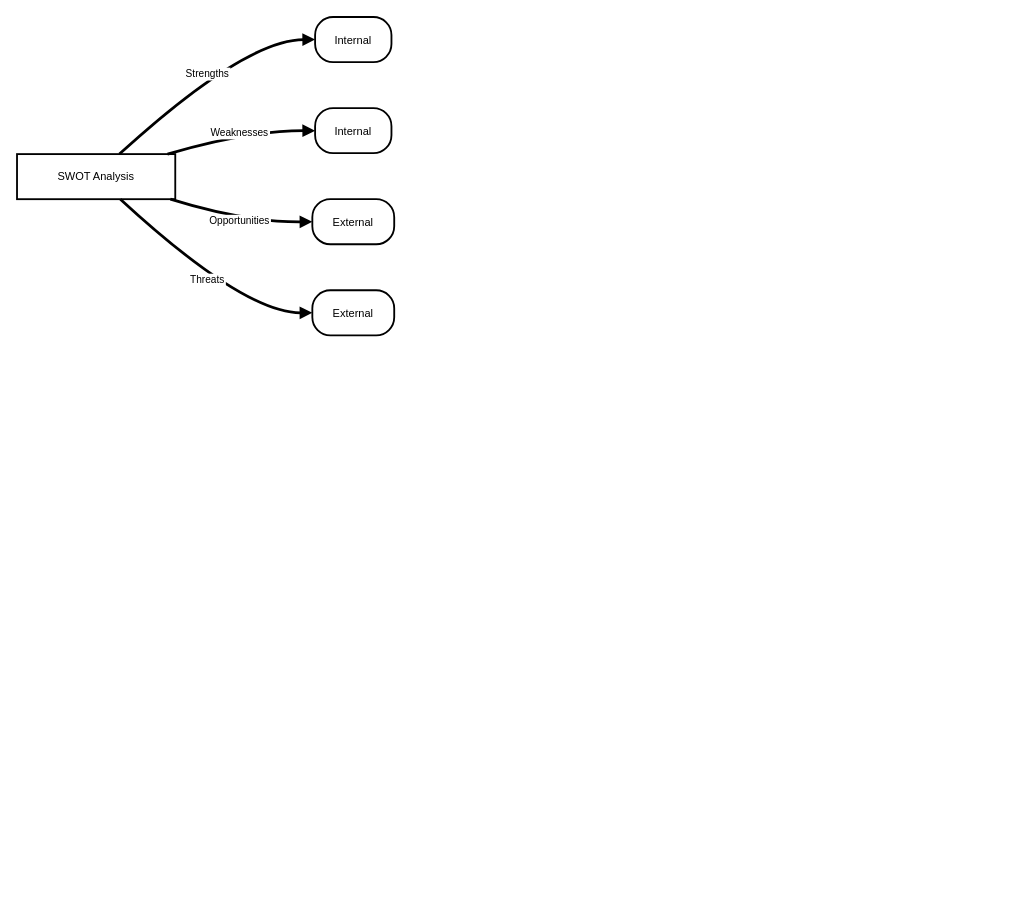
Earlier version of the draw.io diagram Untitled Diagram.drawio (jindra12/agoraland). Source tidied: cells renumbered, new cells numbered last; positions are measured from the earlier drawing's top-left corner, leaving out a move shared by most shapes. Both pictures are drawn from the tidied source at 92%, with x=0, y=0 at pixel (17, 17).
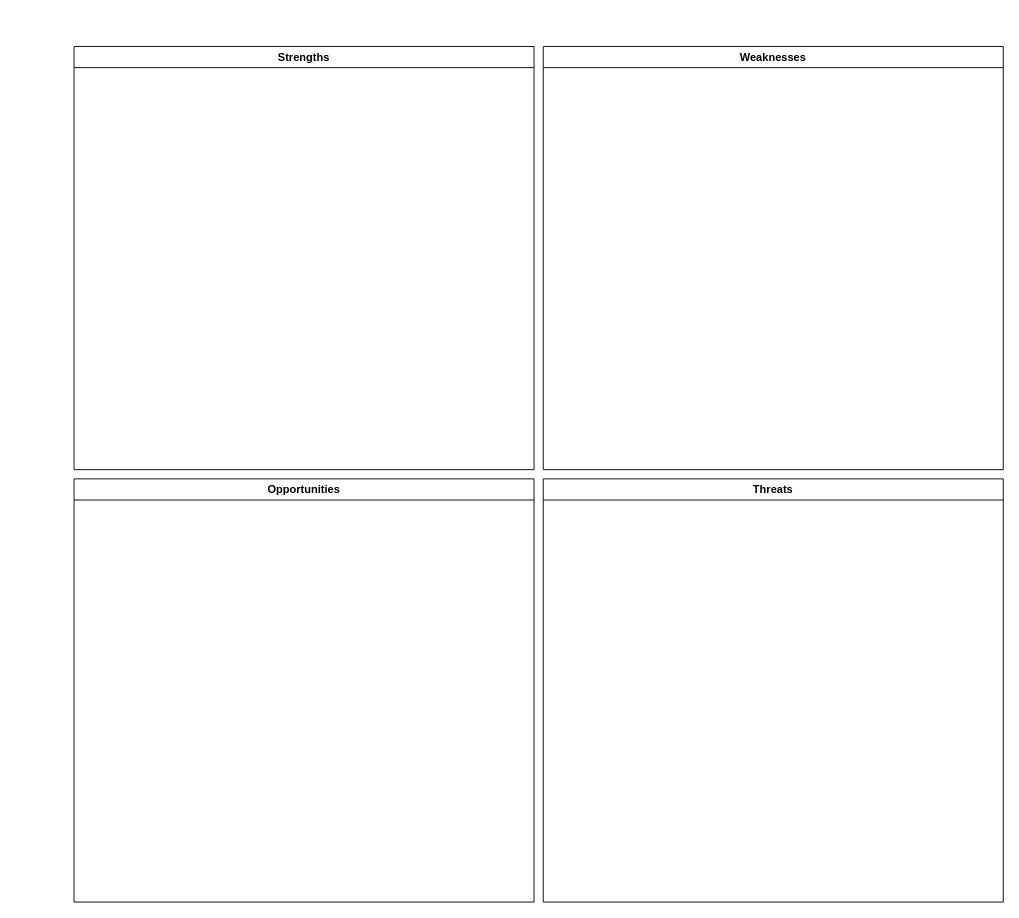
The same page after the edit.

Commit message:
Add simple SWOT template.drawio

What changed in the source:
```diff
@@
 <mxGraphModel>
   <root>
     <mxCell id="0" />
     <mxCell id="1" parent="0" />
-    <mxCell id="2" value="SWOT Analysis" style="whiteSpace=wrap;strokeWidth=2;" parent="1" vertex="1">
-      <mxGeometry y="149" width="172" height="49" as="geometry" />
-    </mxCell>
-    <mxCell id="3" value="Internal" style="rounded=1;arcSize=40;strokeWidth=2;" parent="1" vertex="1">
-      <mxGeometry x="324" width="83" height="49" as="geometry" />
-    </mxCell>
-    <mxCell id="4" value="Internal" style="rounded=1;arcSize=40;strokeWidth=2;" parent="1" vertex="1">
-      <mxGeometry x="324" y="99" width="83" height="49" as="geometry" />
-    </mxCell>
-    <mxCell id="5" value="External" style="rounded=1;arcSize=40;strokeWidth=2;" parent="1" vertex="1">
-      <mxGeometry x="321" y="198" width="89" height="49" as="geometry" />
-    </mxCell>
-    <mxCell id="6" value="External" style="rounded=1;arcSize=40;strokeWidth=2;" parent="1" vertex="1">
-      <mxGeometry x="321" y="297" width="89" height="49" as="geometry" />
-    </mxCell>
-    <mxCell id="7" value="Strengths" style="curved=1;startArrow=none;endArrow=block;strokeWidth=3;exitX=0.65;exitY=-0.01;entryX=0;entryY=0.5;" parent="1" edge="1" source="2" target="3">
-      <mxGeometry relative="1" as="geometry">
-        <Array as="points">
-          <mxPoint x="247" y="25" />
-        </Array>
-      </mxGeometry>
+    <mxCell id="7" value="Strengths" style="swimlane;whiteSpace=wrap;html=1;" parent="1" vertex="1">
+      <mxGeometry x="62" y="32" width="500" height="460" as="geometry" />
     </mxCell>
-    <mxCell id="8" value="Weaknesses" style="curved=1;startArrow=none;endArrow=block;strokeWidth=3;exitX=0.96;exitY=-0.01;entryX=0;entryY=0.5;" parent="1" edge="1" source="2" target="4">
-      <mxGeometry relative="1" as="geometry">
-        <Array as="points">
-          <mxPoint x="247" y="124" />
-        </Array>
-      </mxGeometry>
+    <mxCell id="8" value="&lt;div&gt;Weaknesses&lt;/div&gt;" style="swimlane;whiteSpace=wrap;html=1;" parent="1" vertex="1">
+      <mxGeometry x="572" y="32" width="500" height="460" as="geometry" />
     </mxCell>
-    <mxCell id="9" value="Opportunities" style="curved=1;startArrow=none;endArrow=block;strokeWidth=3;exitX=0.96;exitY=0.99;entryX=0;entryY=0.5;" parent="1" edge="1" source="2" target="5">
-      <mxGeometry relative="1" as="geometry">
-        <Array as="points">
-          <mxPoint x="247" y="223" />
-        </Array>
-      </mxGeometry>
+    <mxCell id="9" value="Opportunities" style="swimlane;whiteSpace=wrap;html=1;" parent="1" vertex="1">
+      <mxGeometry x="62" y="502" width="500" height="460" as="geometry" />
     </mxCell>
-    <mxCell id="10" value="Threats" style="curved=1;startArrow=none;endArrow=block;strokeWidth=3;exitX=0.65;exitY=0.99;entryX=0;entryY=0.5;" parent="1" edge="1" source="2" target="6">
-      <mxGeometry relative="1" as="geometry">
-        <Array as="points">
-          <mxPoint x="247" y="322" />
-        </Array>
-      </mxGeometry>
+    <mxCell id="10" value="Threats" style="swimlane;whiteSpace=wrap;html=1;" parent="1" vertex="1">
+      <mxGeometry x="572" y="502" width="500" height="460" as="geometry" />
     </mxCell>
   </root>
 </mxGraphModel>
```
